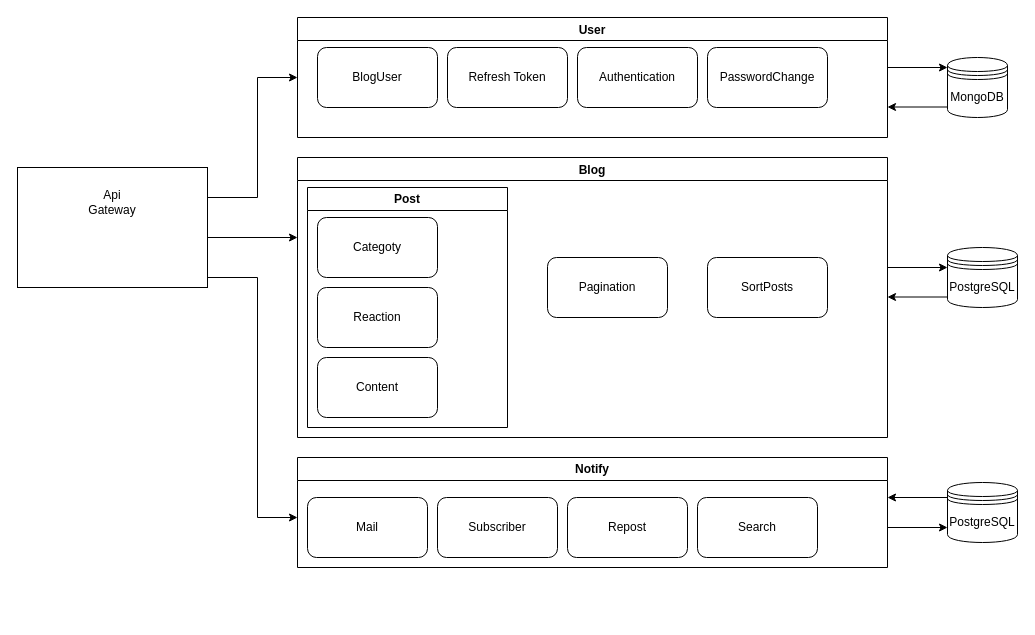
Earlier version of the draw.io diagram specification.drawio (htmlacademy-nestjs/2587053-readme-8). Source tidied: cells renumbered, new cells numbered last; positions are measured from the earlier drawing's top-left corner, leaving out a move shared by most shapes. Both pictures are drawn from the tidied source at 100%, with x=0, y=0 at pixel (17, 17).
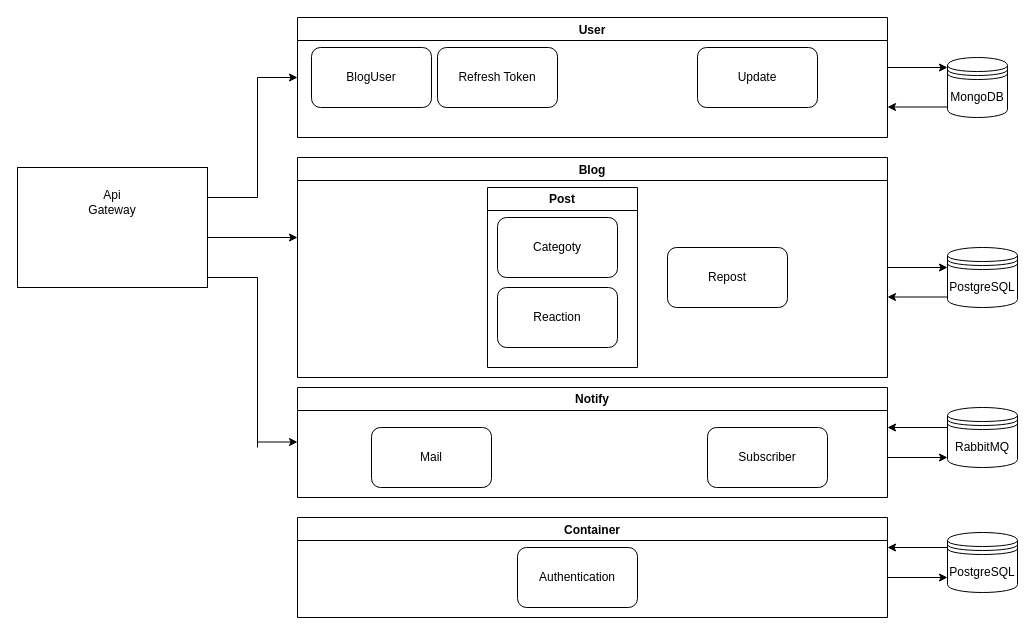
The same diagram, later.

Commit message (it also covers changes not shown here):
module1-task2

The change refers to these unchanged cells:
```xml
<mxCell id="4" value="User" style="swimlane;" parent="1" vertex="1">
  <mxGeometry x="280" width="590" height="120" as="geometry" />
</mxCell>
```

Diff of the diagram source:
```diff
@@
     <mxCell id="5" value="BlogUser" style="rounded=1;whiteSpace=wrap;html=1;" parent="4" vertex="1">
-      <mxGeometry x="20" y="30" width="120" height="60" as="geometry" />
+      <mxGeometry x="14" y="30" width="120" height="60" as="geometry" />
     </mxCell>
-    <mxCell id="6" value="Authentication" style="rounded=1;whiteSpace=wrap;html=1;" parent="4" vertex="1">
-      <mxGeometry x="280" y="30" width="120" height="60" as="geometry" />
-    </mxCell>
     <mxCell id="7" value="Refresh Token" style="rounded=1;whiteSpace=wrap;html=1;" parent="4" vertex="1">
-      <mxGeometry x="150" y="30" width="120" height="60" as="geometry" />
+      <mxGeometry x="140" y="30" width="120" height="60" as="geometry" />
     </mxCell>
-    <mxCell id="8" value="PasswordChange" style="rounded=1;whiteSpace=wrap;html=1;" parent="4" vertex="1">
-      <mxGeometry x="410" y="30" width="120" height="60" as="geometry" />
+    <mxCell id="8" value="U&lt;span style=&quot;background-color: initial;&quot;&gt;pdate&lt;/span&gt;" style="rounded=1;whiteSpace=wrap;html=1;" parent="4" vertex="1">
+      <mxGeometry x="400" y="30" width="120" height="60" as="geometry" />
     </mxCell>
     <mxCell id="9" value="Blog" style="swimlane;" parent="1" vertex="1">
-      <mxGeometry x="280" y="140" width="590" height="280" as="geometry" />
+      <mxGeometry x="280" y="140" width="590" height="220" as="geometry" />
     </mxCell>
     <mxCell id="10" value="Post" style="swimlane;whiteSpace=wrap;html=1;" parent="9" vertex="1">
-      <mxGeometry x="10" y="30" width="200" height="240" as="geometry" />
+      <mxGeometry x="190" y="30" width="150" height="180" as="geometry" />
     </mxCell>
@@
-    <mxCell id="13" value="Content" style="rounded=1;whiteSpace=wrap;html=1;" parent="10" vertex="1">
-      <mxGeometry x="10" y="170" width="120" height="60" as="geometry" />
-    </mxCell>
-    <mxCell id="14" value="Pagination" style="rounded=1;whiteSpace=wrap;html=1;" parent="9" vertex="1">
-      <mxGeometry x="250" y="100" width="120" height="60" as="geometry" />
-    </mxCell>
-    <mxCell id="15" value="SortPosts" style="rounded=1;whiteSpace=wrap;html=1;" parent="9" vertex="1">
-      <mxGeometry x="410" y="100" width="120" height="60" as="geometry" />
-    </mxCell>
+    <mxCell id="20" value="Repost" style="rounded=1;whiteSpace=wrap;html=1;" parent="9" vertex="1">
+      <mxGeometry x="370" y="90" width="120" height="60" as="geometry" />
+    </mxCell>
     <mxCell id="16" value="Notify" style="swimlane;whiteSpace=wrap;html=1;" parent="1" vertex="1">
-      <mxGeometry x="280" y="440" width="590" height="110" as="geometry" />
+      <mxGeometry x="280" y="370" width="590" height="110" as="geometry" />
     </mxCell>
     <mxCell id="17" value="Mail" style="rounded=1;whiteSpace=wrap;html=1;" parent="16" vertex="1">
-      <mxGeometry x="10" y="40" width="120" height="60" as="geometry" />
+      <mxGeometry x="74" y="40" width="120" height="60" as="geometry" />
     </mxCell>
     <mxCell id="18" value="Subscriber" style="rounded=1;whiteSpace=wrap;html=1;" parent="16" vertex="1">
-      <mxGeometry x="140" y="40" width="120" height="60" as="geometry" />
+      <mxGeometry x="410" y="40" width="120" height="60" as="geometry" />
     </mxCell>
-    <mxCell id="19" value="Search" style="rounded=1;whiteSpace=wrap;html=1;" parent="16" vertex="1">
-      <mxGeometry x="400" y="40" width="120" height="60" as="geometry" />
-    </mxCell>
-    <mxCell id="20" value="Repost" style="rounded=1;whiteSpace=wrap;html=1;" parent="16" vertex="1">
-      <mxGeometry x="270" y="40" width="120" height="60" as="geometry" />
-    </mxCell>
@@
-    <mxCell id="23" value="PostgreSQL" style="shape=datastore;whiteSpace=wrap;html=1;" parent="1" vertex="1">
-      <mxGeometry x="930" y="465" width="70" height="60" as="geometry" />
+    <mxCell id="23" value="RabbitMQ" style="shape=datastore;whiteSpace=wrap;html=1;" parent="1" vertex="1">
+      <mxGeometry x="930" y="390" width="70" height="60" as="geometry" />
     </mxCell>
@@
     <mxCell id="26" style="endArrow=classic;html=1;rounded=0;" parent="1" edge="1">
       <mxGeometry relative="1" as="geometry">
-        <mxPoint x="930" y="480" as="sourcePoint" />
-        <mxPoint x="870" y="480" as="targetPoint" />
+        <mxPoint x="930" y="410" as="sourcePoint" />
+        <mxPoint x="870" y="410" as="targetPoint" />
       </mxGeometry>
     </mxCell>
     <mxCell id="27" style="endArrow=classic;html=1;rounded=0;" parent="1" edge="1">
       <mxGeometry relative="1" as="geometry">
-        <mxPoint x="870" y="510" as="sourcePoint" />
-        <mxPoint x="930" y="510" as="targetPoint" />
+        <mxPoint x="870" y="440" as="sourcePoint" />
+        <mxPoint x="930" y="440" as="targetPoint" />
       </mxGeometry>
     </mxCell>
@@
     <mxCell id="35" style="endArrow=none;html=1;rounded=0;" parent="1" edge="1">
       <mxGeometry relative="1" as="geometry">
-        <mxPoint x="240" y="500" as="sourcePoint" />
+        <mxPoint x="240" y="430" as="sourcePoint" />
         <mxPoint x="240" y="260" as="targetPoint" />
       </mxGeometry>
     </mxCell>
     <mxCell id="36" style="endArrow=classic;html=1;rounded=0;" parent="1" edge="1">
       <mxGeometry relative="1" as="geometry">
-        <mxPoint x="240" y="500" as="sourcePoint" />
-        <mxPoint x="280" y="500" as="targetPoint" />
+        <mxPoint x="240" y="424.5" as="sourcePoint" />
+        <mxPoint x="280" y="424.5" as="targetPoint" />
       </mxGeometry>
     </mxCell>
+    <mxCell id="37" value="Container" style="swimlane;" parent="1" vertex="1">
+      <mxGeometry x="280" y="500" width="590" height="100" as="geometry" />
+    </mxCell>
+    <mxCell id="6" value="Authentication" style="rounded=1;whiteSpace=wrap;html=1;" parent="37" vertex="1">
+      <mxGeometry x="220" y="30" width="120" height="60" as="geometry" />
+    </mxCell>
+    <mxCell id="38" value="PostgreSQL" style="shape=datastore;whiteSpace=wrap;html=1;" parent="1" vertex="1">
+      <mxGeometry x="930" y="515" width="70" height="60" as="geometry" />
+    </mxCell>
+    <mxCell id="39" style="endArrow=classic;html=1;rounded=0;" parent="1" edge="1">
+      <mxGeometry relative="1" as="geometry">
+        <mxPoint x="930" y="530" as="sourcePoint" />
+        <mxPoint x="870" y="530" as="targetPoint" />
+      </mxGeometry>
+    </mxCell>
+    <mxCell id="40" style="endArrow=classic;html=1;rounded=0;" parent="1" edge="1">
+      <mxGeometry relative="1" as="geometry">
+        <mxPoint x="870" y="560" as="sourcePoint" />
+        <mxPoint x="930" y="560" as="targetPoint" />
+      </mxGeometry>
+    </mxCell>
```
